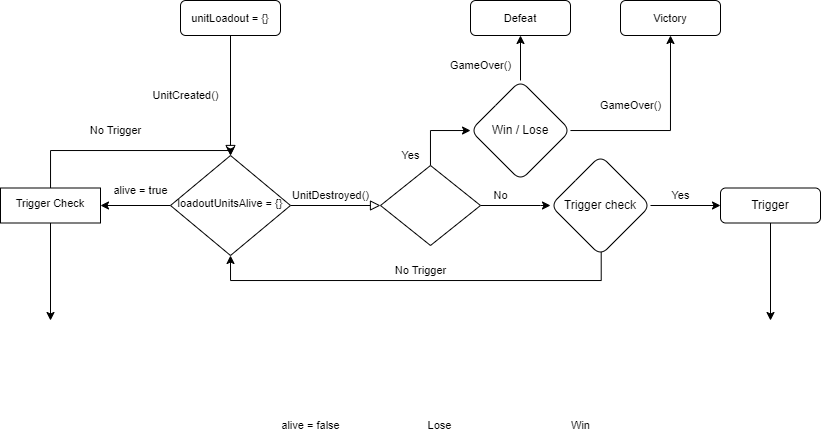
Before: API Architecture.drawio.png, a diagram exported from draw.io (Ezahiel/Diagrams). Source tidied: cells renumbered, new cells last; positions are measured from the earlier drawing's top-left corner, leaving out a move shared by most shapes.
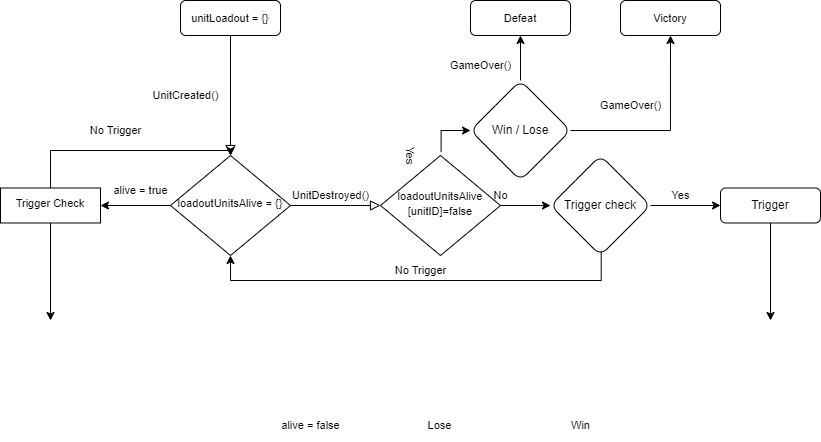
After the change.

Diff of the diagram source:
```diff
@@ -10,6 +10,10 @@
     </mxCell>
     <mxCell id="4" value="alive = true" style="edgeStyle=orthogonalEdgeStyle;rounded=0;html=1;jettySize=auto;fontSize=11;endArrow=block;endFill=0;endSize=8;strokeWidth=1;shadow=0;labelBackgroundColor=none;entryX=0;entryY=0.5;entryDx=0;entryDy=0;" parent="1" edge="1" source="6" target="22">
       <mxGeometry x="-1" y="151" relative="1" as="geometry">
+        <Array as="points">
+          <mxPoint x="350" y="205" />
+          <mxPoint x="350" y="205" />
+        </Array>
         <mxPoint x="-150" y="136" as="offset" />
       </mxGeometry>
     </mxCell>
@@ -19,10 +23,10 @@
     <mxCell id="6" value="&lt;font style=&quot;font-size: 11px;&quot;&gt;&lt;font style=&quot;&quot;&gt;loadoutUnitsAlive&amp;nbsp;=&lt;/font&gt; {}&lt;/font&gt;" style="rhombus;whiteSpace=wrap;html=1;shadow=0;fontFamily=Helvetica;fontSize=12;align=center;strokeWidth=1;spacing=6;spacingTop=-4;" parent="1" vertex="1">
       <mxGeometry x="170" y="155" width="120" height="100" as="geometry" />
     </mxCell>
-    <mxCell id="7" style="edgeStyle=orthogonalEdgeStyle;rounded=0;jettySize=auto;html=1;fontFamily=Helvetica;fontSize=12;startArrow=none;" parent="1" edge="1" source="22" target="12">
+    <mxCell id="7" style="edgeStyle=orthogonalEdgeStyle;rounded=0;jettySize=auto;html=1;fontFamily=Helvetica;fontSize=12;startArrow=none;exitX=0.505;exitY=-0.039;exitDx=0;exitDy=0;exitPerimeter=0;" parent="1" edge="1" source="22" target="12">
       <mxGeometry relative="1" as="geometry">
         <Array as="points">
-          <mxPoint x="430" y="215" />
+          <mxPoint x="441" y="130" />
         </Array>
       </mxGeometry>
     </mxCell>
@@ -66,7 +70,7 @@
     <mxCell id="17" value="&lt;font style=&quot;font-size: 11px;&quot;&gt;Victory&lt;/font&gt;" style="whiteSpace=wrap;html=1;rounded=1;glass=0;strokeWidth=1;shadow=0;rotation=0;" parent="1" vertex="1">
       <mxGeometry x="620" width="100" height="35" as="geometry" />
     </mxCell>
-    <mxCell id="18" value="&lt;font style=&quot;font-size: 11px;&quot;&gt;Yes&lt;/font&gt;" style="text;html=1;align=center;verticalAlign=middle;strokeColor=none;fillColor=none;fontSize=9;" parent="1" vertex="1">
+    <mxCell id="18" value="&lt;font style=&quot;font-size: 11px;&quot;&gt;Yes&lt;/font&gt;" style="text;html=1;align=center;verticalAlign=middle;strokeColor=none;fillColor=none;fontSize=9;rotation=90;" parent="1" vertex="1">
       <mxGeometry x="390" y="140" width="40" height="30" as="geometry" />
     </mxCell>
     <mxCell id="19" value="&lt;font style=&quot;font-size: 11px;&quot;&gt;Lose&lt;/font&gt;" style="text;html=1;align=center;verticalAlign=middle;strokeColor=none;fillColor=none;fontSize=9;" parent="1" vertex="1">
@@ -83,8 +87,8 @@
         </Array>
       </mxGeometry>
     </mxCell>
-    <mxCell id="22" style="rhombus;whiteSpace=wrap;html=1;shadow=0;fontFamily=Helvetica;fontSize=12;align=center;strokeWidth=1;spacing=6;spacingTop=-4;" parent="1" vertex="1">
-      <mxGeometry x="380" y="165" width="100" height="80" as="geometry" />
+    <mxCell id="22" value="&lt;font style=&quot;border-color: var(--border-color); font-size: 11px;&quot;&gt;loadoutUnitsAlive&lt;br&gt;[unitID]=false&lt;br&gt;&lt;/font&gt;" style="rhombus;whiteSpace=wrap;html=1;shadow=0;fontFamily=Helvetica;fontSize=12;align=center;strokeWidth=1;spacing=6;spacingTop=-4;rotation=0;" parent="1" vertex="1">
+      <mxGeometry x="380" y="155" width="120" height="100" as="geometry" />
     </mxCell>
     <mxCell id="23" value="No" style="text;html=1;align=center;verticalAlign=middle;strokeColor=none;fillColor=none;fontSize=11;" parent="1" vertex="1">
       <mxGeometry x="480" y="180" width="40" height="30" as="geometry" />
```
